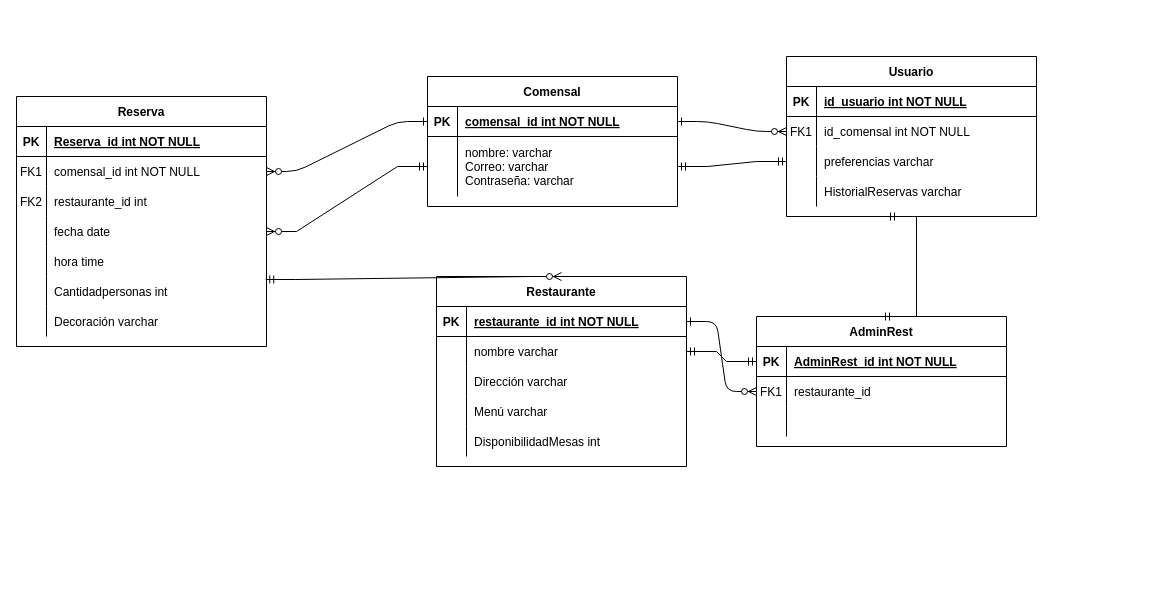
Alexis-2301/Prueba keeps this draw.io diagram as Diagrama sin título.drawio. Above is the earlier version. Source tidied: cells renumbered, new cells numbered last; positions are measured from the earlier drawing's top-left corner, leaving out a move shared by most shapes. Both pictures are drawn from the tidied source at 100%, with x=0, y=0 at pixel (16, 56).
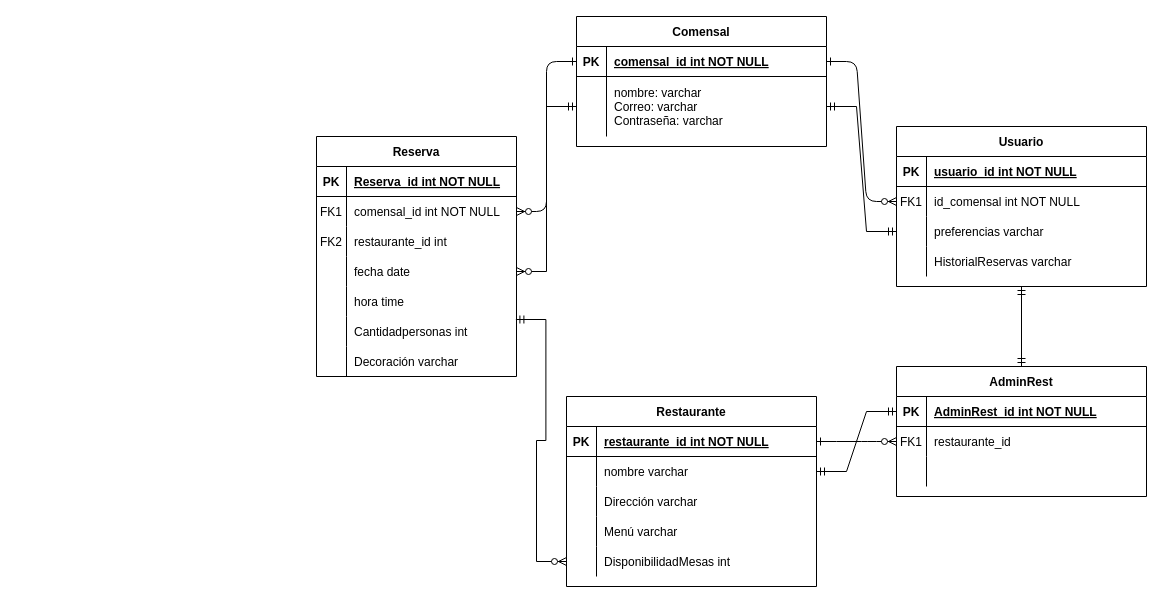
After the change.

The change refers to these unchanged cells:
```xml
<mxCell id="5" style="shape=partialRectangle;fillColor=none;top=0;left=0;right=0;bottom=1;" parent="4" vertex="1">
  <mxGeometry y="30" width="250" height="30" as="geometry" />
</mxCell>
<mxCell id="69" style="shape=partialRectangle;fillColor=none;points=[[0,0.5],[1,0.5]];portConstraint=eastwest;top=0;left=0;right=0;bottom=0;" parent="56" vertex="1">
  <mxGeometry y="150" width="250" height="30" as="geometry" />
</mxCell>
```

Change to the diagram source:
```diff
@@
     <mxCell id="4" value="Usuario" style="shape=table;startSize=30;childLayout=tableLayout;rowLines=0;fontStyle=1;align=center;" parent="1" vertex="1">
-      <mxGeometry x="770" width="250" height="160" as="geometry" />
+      <mxGeometry x="880" y="70" width="250" height="160" as="geometry" />
     </mxCell>
@@
-    <mxCell id="7" value="id_usuario int NOT NULL " style="shape=partialRectangle;overflow=hidden;fillColor=none;top=0;left=0;bottom=0;right=0;align=left;spacingLeft=6;fontStyle=5;" parent="5" vertex="1">
+    <mxCell id="7" value="usuario_id int NOT NULL " style="shape=partialRectangle;overflow=hidden;fillColor=none;top=0;left=0;bottom=0;right=0;align=left;spacingLeft=6;fontStyle=5;" parent="5" vertex="1">
       <mxGeometry x="30" width="220" height="30" as="geometry" />
     </mxCell>
@@
     <mxCell id="17" value="AdminRest" style="shape=table;startSize=30;childLayout=tableLayout;rowLines=0;fontStyle=1;align=center;" parent="1" vertex="1">
-      <mxGeometry x="740" y="260" width="250" height="130" as="geometry" />
+      <mxGeometry x="880" y="310" width="250" height="130" as="geometry" />
     </mxCell>
@@
     <mxCell id="27" value="Comensal" style="shape=table;startSize=30;childLayout=tableLayout;rowLines=0;fontStyle=1;align=center;" parent="1" vertex="1">
-      <mxGeometry x="411" y="20" width="250" height="130" as="geometry" />
+      <mxGeometry x="560" y="-40" width="250" height="130" as="geometry" />
     </mxCell>
@@
     <mxCell id="34" value="Reserva" style="shape=table;startSize=30;childLayout=tableLayout;rowLines=0;fontStyle=1;align=center;" parent="1" vertex="1">
-      <mxGeometry y="40" width="250" height="250" as="geometry" />
+      <mxGeometry x="300" y="80" width="200" height="240" as="geometry" />
     </mxCell>
     <mxCell id="35" style="shape=partialRectangle;fillColor=none;top=0;left=0;right=0;bottom=1;" parent="34" vertex="1">
-      <mxGeometry y="30" width="250" height="30" as="geometry" />
+      <mxGeometry y="30" width="200" height="30" as="geometry" />
     </mxCell>
@@
     <mxCell id="37" value="Reserva_id int NOT NULL " style="shape=partialRectangle;overflow=hidden;fillColor=none;top=0;left=0;bottom=0;right=0;align=left;spacingLeft=6;fontStyle=5;" parent="35" vertex="1">
-      <mxGeometry x="30" width="220" height="30" as="geometry" />
+      <mxGeometry x="30" width="170" height="30" as="geometry" />
     </mxCell>
     <mxCell id="38" style="shape=partialRectangle;fillColor=none;points=[[0,0.5],[1,0.5]];portConstraint=eastwest;top=0;left=0;right=0;bottom=0;" parent="34" vertex="1">
-      <mxGeometry y="60" width="250" height="30" as="geometry" />
+      <mxGeometry y="60" width="200" height="30" as="geometry" />
     </mxCell>
@@
     <mxCell id="40" value="comensal_id int NOT NULL" style="shape=partialRectangle;overflow=hidden;fillColor=none;top=0;left=0;bottom=0;right=0;align=left;spacingLeft=6;" parent="38" vertex="1">
-      <mxGeometry x="30" width="220" height="30" as="geometry" />
+      <mxGeometry x="30" width="170" height="30" as="geometry" />
     </mxCell>
     <mxCell id="41" style="shape=partialRectangle;fillColor=none;top=0;left=0;right=0;bottom=0;" parent="34" vertex="1">
-      <mxGeometry y="90" width="250" height="30" as="geometry" />
+      <mxGeometry y="90" width="200" height="30" as="geometry" />
     </mxCell>
@@
     <mxCell id="43" value="restaurante_id int" style="shape=partialRectangle;overflow=hidden;fillColor=none;top=0;left=0;bottom=0;right=0;align=left;spacingLeft=6;" parent="41" vertex="1">
-      <mxGeometry x="30" width="220" height="30" as="geometry" />
+      <mxGeometry x="30" width="170" height="30" as="geometry" />
     </mxCell>
     <mxCell id="44" style="shape=partialRectangle;fillColor=none;points=[[0,0.5],[1,0.5]];portConstraint=eastwest;top=0;left=0;right=0;bottom=0;" parent="34" vertex="1">
-      <mxGeometry y="120" width="250" height="30" as="geometry" />
+      <mxGeometry y="120" width="200" height="30" as="geometry" />
     </mxCell>
@@
     <mxCell id="46" value="fecha date" style="shape=partialRectangle;overflow=hidden;fillColor=none;top=0;left=0;bottom=0;right=0;align=left;spacingLeft=6;" parent="44" vertex="1">
-      <mxGeometry x="30" width="220" height="30" as="geometry" />
+      <mxGeometry x="30" width="170" height="30" as="geometry" />
     </mxCell>
     <mxCell id="47" style="shape=partialRectangle;fillColor=none;top=0;left=0;right=0;bottom=0;" parent="34" vertex="1">
-      <mxGeometry y="150" width="250" height="30" as="geometry" />
+      <mxGeometry y="150" width="200" height="30" as="geometry" />
     </mxCell>
@@
     <mxCell id="49" value="hora time" style="shape=partialRectangle;overflow=hidden;fillColor=none;top=0;left=0;bottom=0;right=0;align=left;spacingLeft=6;" parent="47" vertex="1">
-      <mxGeometry x="30" width="220" height="30" as="geometry" />
+      <mxGeometry x="30" width="170" height="30" as="geometry" />
     </mxCell>
     <mxCell id="50" style="shape=partialRectangle;fillColor=none;points=[[0,0.5],[1,0.5]];portConstraint=eastwest;top=0;left=0;right=0;bottom=0;" parent="34" vertex="1">
-      <mxGeometry y="180" width="250" height="30" as="geometry" />
+      <mxGeometry y="180" width="200" height="30" as="geometry" />
     </mxCell>
@@
     <mxCell id="52" value="Cantidadpersonas int" style="shape=partialRectangle;overflow=hidden;fillColor=none;top=0;left=0;bottom=0;right=0;align=left;spacingLeft=6;" parent="50" vertex="1">
-      <mxGeometry x="30" width="220" height="30" as="geometry" />
+      <mxGeometry x="30" width="170" height="30" as="geometry" />
     </mxCell>
     <mxCell id="53" style="shape=partialRectangle;fillColor=none;top=0;left=0;right=0;bottom=0;" parent="34" vertex="1">
-      <mxGeometry y="210" width="250" height="30" as="geometry" />
+      <mxGeometry y="210" width="200" height="30" as="geometry" />
     </mxCell>
@@
     <mxCell id="55" value="Decoración varchar" style="shape=partialRectangle;overflow=hidden;fillColor=none;top=0;left=0;bottom=0;right=0;align=left;spacingLeft=6;" parent="53" vertex="1">
-      <mxGeometry x="30" width="220" height="30" as="geometry" />
+      <mxGeometry x="30" width="170" height="30" as="geometry" />
     </mxCell>
     <mxCell id="56" value="Restaurante" style="shape=table;startSize=30;childLayout=tableLayout;rowLines=0;fontStyle=1;align=center;" parent="1" vertex="1">
-      <mxGeometry x="420" y="220" width="250" height="190" as="geometry" />
+      <mxGeometry x="550" y="340" width="250" height="190" as="geometry" />
     </mxCell>
@@
-    <mxCell id="75" style="edgeStyle=entityRelationEdgeStyle;fontSize=12;html=1;endArrow=ERzeroToMany;startArrow=ERmandOne;rounded=0;entryX=0.5;entryY=0;entryDx=0;entryDy=0;exitX=0.997;exitY=0.1;exitDx=0;exitDy=0;exitPerimeter=0;" parent="1" edge="1" source="50" target="56">
+    <mxCell id="75" style="edgeStyle=entityRelationEdgeStyle;fontSize=12;html=1;endArrow=ERzeroToMany;startArrow=ERmandOne;rounded=0;exitX=0.997;exitY=0.1;exitDx=0;exitDy=0;exitPerimeter=0;" parent="1" edge="1" source="50" target="69">
       <mxGeometry relative="1" as="geometry" />
     </mxCell>
-    <mxCell id="76" style="edgeStyle=entityRelationEdgeStyle;fontSize=12;html=1;endArrow=ERmandOne;startArrow=ERmandOne;rounded=0;exitX=0.5;exitY=1;exitDx=0;exitDy=0;entryX=0.5;entryY=0;entryDx=0;entryDy=0;" parent="1" edge="1" target="17">
-      <mxGeometry relative="1" as="geometry">
-        <mxPoint x="870" y="160" as="sourcePoint" />
-      </mxGeometry>
+    <mxCell id="76" style="fontSize=12;html=1;endArrow=ERmandOne;startArrow=ERmandOne;rounded=0;entryX=0.5;entryY=0;entryDx=0;entryDy=0;exitX=0.5;exitY=1;exitDx=0;exitDy=0;" parent="1" edge="1" source="4" target="17">
+      <mxGeometry relative="1" as="geometry" />
     </mxCell>
```
